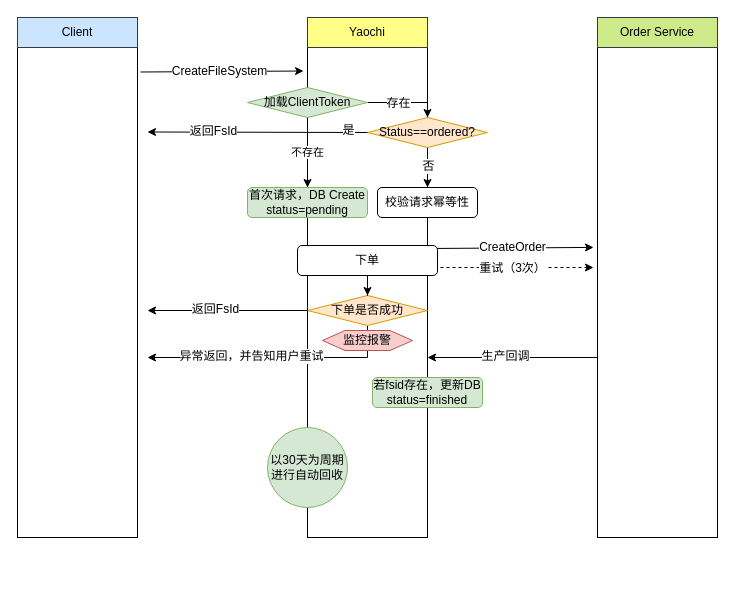
Before: 幂等性方案.drawio in guhanjie/draws, a draw.io diagram. Source tidied: cells renumbered, new cells numbered last; positions are measured from the earlier drawing's top-left corner, leaving out a move shared by most shapes. Both pictures are drawn from the tidied source at 100%, with x=0, y=0 at pixel (17, 17).
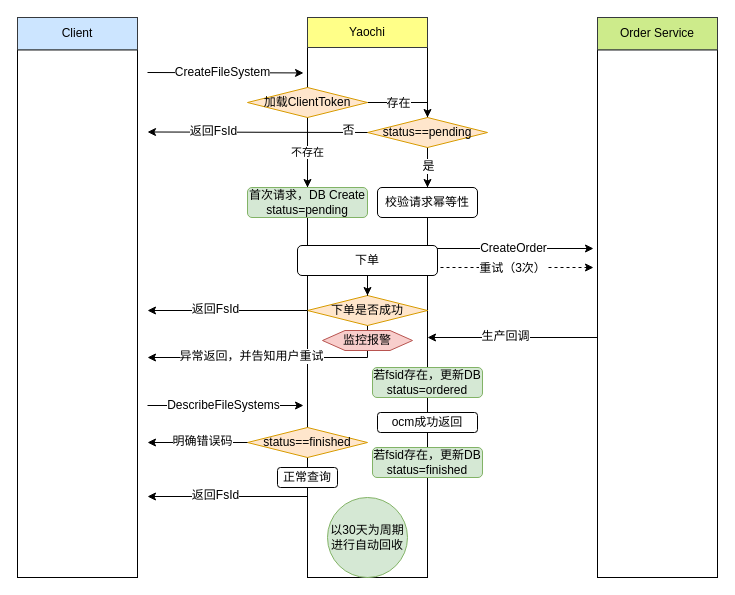
The same diagram, later.

Commit message:
更新幂等性方案.drawio

Unchanged cells that the change refers to:
```xml
<mxCell id="26" value="&lt;span style=&quot;text-align: left ; white-space: normal&quot;&gt;下单是否成功&lt;/span&gt;" style="rhombus;whiteSpace=wrap;html=1;fillColor=#ffe6cc;strokeColor=#d79b00;" parent="1" vertex="1">
  <mxGeometry x="290" y="278" width="120" height="30" as="geometry" />
</mxCell>
<mxCell id="29" value="&lt;span style=&quot;text-align: left&quot;&gt;校验请求幂等性&lt;br&gt;&lt;/span&gt;" style="rounded=1;whiteSpace=wrap;html=1;" parent="1" vertex="1">
  <mxGeometry x="360" y="170" width="100" height="30" as="geometry" />
</mxCell>
```

What changed in the source:
```diff
@@
-    <mxCell id="2" style="rounded=0;whiteSpace=wrap;html=1;" parent="1" vertex="1">
-      <mxGeometry x="290" y="30" width="120" height="490" as="geometry" />
-    </mxCell>
-    <mxCell id="3" style="endArrow=classic;html=1;entryX=-0.033;entryY=0.408;entryDx=0;entryDy=0;entryPerimeter=0;" parent="1" edge="1" target="34">
-      <mxGeometry relative="1" as="geometry">
-        <mxPoint x="411" y="231" as="sourcePoint" />
-      </mxGeometry>
-    </mxCell>
+    <mxCell id="40" style="rounded=0;whiteSpace=wrap;html=1;" parent="1" vertex="1">
+      <mxGeometry x="290" y="30" width="120" height="530" as="geometry" />
+    </mxCell>
+    <mxCell id="41" style="endArrow=classic;html=1;" parent="1" edge="1">
+      <mxGeometry relative="1" as="geometry">
+        <mxPoint x="411" y="231" as="sourcePoint" />
+        <mxPoint x="576" y="231" as="targetPoint" />
+      </mxGeometry>
+    </mxCell>
-    <mxCell id="4" value="CreateOrder" style="text;html=1;align=center;verticalAlign=middle;labelBackgroundColor=#ffffff;" parent="3" vertex="1">
+    <mxCell id="4" value="CreateOrder" style="text;html=1;align=center;verticalAlign=middle;labelBackgroundColor=#ffffff;" parent="41" vertex="1">
       <mxGeometry x="-0.15" y="1" relative="1" as="geometry">
         <mxPoint x="14" as="offset" />
       </mxGeometry>
     </mxCell>
-    <mxCell id="5" style="endArrow=classic;html=1;exitX=1.025;exitY=0.05;exitDx=0;exitDy=0;exitPerimeter=0;entryX=-0.033;entryY=0.048;entryDx=0;entryDy=0;entryPerimeter=0;" parent="1" edge="1" source="37" target="2">
-      <mxGeometry relative="1" as="geometry" />
-    </mxCell>
+    <mxCell id="42" style="endArrow=classic;html=1;entryX=-0.033;entryY=0.048;entryDx=0;entryDy=0;entryPerimeter=0;" parent="1" edge="1" target="40">
+      <mxGeometry relative="1" as="geometry">
+        <mxPoint x="130" y="55" as="sourcePoint" />
+      </mxGeometry>
+    </mxCell>
-    <mxCell id="6" value="CreateFileSystem" style="text;html=1;align=center;verticalAlign=middle;labelBackgroundColor=#ffffff;" parent="5" vertex="1">
+    <mxCell id="6" value="CreateFileSystem" style="text;html=1;align=center;verticalAlign=middle;labelBackgroundColor=#ffffff;" parent="42" vertex="1">
       <mxGeometry x="-0.22" y="-1" relative="1" as="geometry">
         <mxPoint x="14" y="-1.6" as="offset" />
       </mxGeometry>
     </mxCell>
-    <mxCell id="7" style="endArrow=classic;html=1;dashed=1;" parent="1" edge="1">
-      <mxGeometry relative="1" as="geometry">
-        <mxPoint x="411" y="250" as="sourcePoint" />
-        <mxPoint x="576" y="250" as="targetPoint" />
-      </mxGeometry>
-    </mxCell>
+    <mxCell id="43" style="endArrow=classic;html=1;dashed=1;" parent="1" edge="1">
+      <mxGeometry relative="1" as="geometry">
+        <mxPoint x="411" y="250" as="sourcePoint" />
+        <mxPoint x="576" y="250" as="targetPoint" />
+      </mxGeometry>
+    </mxCell>
-    <mxCell id="8" value="重试（3次）" style="text;html=1;align=center;verticalAlign=middle;labelBackgroundColor=#ffffff;" parent="7" vertex="1">
+    <mxCell id="8" value="重试（3次）" style="text;html=1;align=center;verticalAlign=middle;labelBackgroundColor=#ffffff;" parent="43" vertex="1">
       <mxGeometry x="-0.11" relative="1" as="geometry">
         <mxPoint x="10" as="offset" />
       </mxGeometry>
     </mxCell>
-    <mxCell id="9" style="endArrow=classic;html=1;" parent="1" edge="1">
-      <mxGeometry relative="1" as="geometry">
-        <mxPoint x="586" y="340" as="sourcePoint" />
-        <mxPoint x="410" y="340" as="targetPoint" />
-      </mxGeometry>
-    </mxCell>
+    <mxCell id="44" style="endArrow=classic;html=1;" parent="1" edge="1">
+      <mxGeometry relative="1" as="geometry">
+        <mxPoint x="586" y="320" as="sourcePoint" />
+        <mxPoint x="410" y="320" as="targetPoint" />
+      </mxGeometry>
+    </mxCell>
-    <mxCell id="10" value="生产回调" style="text;html=1;align=center;verticalAlign=middle;labelBackgroundColor=#ffffff;" parent="9" vertex="1">
+    <mxCell id="10" value="生产回调" style="text;html=1;align=center;verticalAlign=middle;labelBackgroundColor=#ffffff;" parent="44" vertex="1">
       <mxGeometry x="-0.48" y="-2" relative="1" as="geometry">
         <mxPoint x="-52.1" as="offset" />
       </mxGeometry>
     </mxCell>
@@
-    <mxCell id="12" value="&lt;span style=&quot;text-align: left&quot;&gt;若fsid存在，更新DB status=finished&lt;/span&gt;" style="rounded=1;whiteSpace=wrap;html=1;fillColor=#d5e8d4;strokeColor=#82b366;" parent="1" vertex="1">
-      <mxGeometry x="355" y="360" width="110" height="30" as="geometry" />
-    </mxCell>
-    <mxCell id="13" style="edgeStyle=orthogonalEdgeStyle;rounded=0;jettySize=auto;html=1;exitX=1;exitY=0.5;exitDx=0;exitDy=0;" parent="1" edge="1" source="16" target="19">
-      <mxGeometry relative="1" as="geometry">
-        <Array as="points">
-          <mxPoint x="410" y="85" />
-        </Array>
-      </mxGeometry>
-    </mxCell>
+    <mxCell id="45" value="&lt;span style=&quot;text-align: left&quot;&gt;若fsid存在，更新DB status=ordered&lt;/span&gt;" style="rounded=1;whiteSpace=wrap;html=1;fillColor=#d5e8d4;strokeColor=#82b366;" parent="1" vertex="1">
+      <mxGeometry x="355" y="350" width="110" height="30" as="geometry" />
+    </mxCell>
+    <mxCell id="46" style="edgeStyle=orthogonalEdgeStyle;rounded=0;jettySize=auto;html=1;exitX=1;exitY=0.5;exitDx=0;exitDy=0;" parent="1" edge="1" source="16" target="48">
+      <mxGeometry relative="1" as="geometry">
+        <Array as="points">
+          <mxPoint x="410" y="85" />
+        </Array>
+      </mxGeometry>
+    </mxCell>
-    <mxCell id="14" value="存在" style="text;html=1;align=center;verticalAlign=middle;labelBackgroundColor=#ffffff;" parent="13" vertex="1">
+    <mxCell id="14" value="存在" style="text;html=1;align=center;verticalAlign=middle;labelBackgroundColor=#ffffff;" parent="46" vertex="1">
       <mxGeometry x="-0.28" y="-2" relative="1" as="geometry">
         <mxPoint x="3" y="-2" as="offset" />
       </mxGeometry>
     </mxCell>
@@
-    <mxCell id="16" value="&lt;span style=&quot;text-align: left ; white-space: normal&quot;&gt;加载ClientToken&lt;/span&gt;" style="rhombus;whiteSpace=wrap;html=1;fillColor=#d5e8d4;strokeColor=#82b366;" parent="1" vertex="1">
+    <mxCell id="16" value="&lt;span style=&quot;text-align: left ; white-space: normal&quot;&gt;加载ClientToken&lt;/span&gt;" style="rhombus;whiteSpace=wrap;html=1;fillColor=#ffe6cc;strokeColor=#d79b00;" parent="1" vertex="1">
       <mxGeometry x="230" y="70" width="120" height="30" as="geometry" />
     </mxCell>
-    <mxCell id="17" style="edgeStyle=orthogonalEdgeStyle;rounded=0;jettySize=auto;html=1;exitX=0.5;exitY=1;exitDx=0;exitDy=0;entryX=0.5;entryY=0;entryDx=0;entryDy=0;" parent="1" edge="1" source="19" target="29">
-      <mxGeometry relative="1" as="geometry" />
-    </mxCell>
+    <mxCell id="47" style="edgeStyle=orthogonalEdgeStyle;rounded=0;jettySize=auto;html=1;exitX=0.5;exitY=1;exitDx=0;exitDy=0;entryX=0.5;entryY=0;entryDx=0;entryDy=0;" parent="1" edge="1" source="48" target="29">
+      <mxGeometry relative="1" as="geometry" />
+    </mxCell>
+    <mxCell id="22" value="是" style="text;html=1;align=center;verticalAlign=middle;labelBackgroundColor=#ffffff;" parent="47" vertex="1">
+      <mxGeometry x="-0.1" relative="1" as="geometry" />
+    </mxCell>
+    <mxCell id="48" value="&lt;span style=&quot;text-align: left ; white-space: normal&quot;&gt;status==pending&lt;/span&gt;" style="rhombus;whiteSpace=wrap;html=1;fillColor=#ffe6cc;strokeColor=#d79b00;" parent="1" vertex="1">
+      <mxGeometry x="350" y="100" width="120" height="30" as="geometry" />
+    </mxCell>
+    <mxCell id="49" style="endArrow=classic;html=1;exitX=0;exitY=0.5;exitDx=0;exitDy=0;" parent="1" edge="1" source="48">
+      <mxGeometry relative="1" as="geometry">
+        <mxPoint x="130" y="114.5" as="targetPoint" />
+      </mxGeometry>
+    </mxCell>
+    <mxCell id="50" value="返回FsId" style="text;html=1;align=center;verticalAlign=middle;labelBackgroundColor=#ffffff;" parent="49" vertex="1">
+      <mxGeometry x="-0.22" y="-1" relative="1" as="geometry">
+        <mxPoint x="-69" y="-0.8" as="offset" />
+      </mxGeometry>
+    </mxCell>
-    <mxCell id="18" value="否" style="text;html=1;align=center;verticalAlign=middle;labelBackgroundColor=#ffffff;" parent="17" vertex="1">
-      <mxGeometry x="-0.1" relative="1" as="geometry" />
+    <mxCell id="18" value="否" style="text;html=1;align=center;verticalAlign=middle;labelBackgroundColor=#ffffff;" parent="49" vertex="1">
+      <mxGeometry x="-0.67" y="-2" relative="1" as="geometry">
+        <mxPoint x="16" as="offset" />
+      </mxGeometry>
     </mxCell>
-    <mxCell id="19" value="&lt;span style=&quot;text-align: left ; white-space: normal&quot;&gt;Status==ordered?&lt;/span&gt;" style="rhombus;whiteSpace=wrap;html=1;fillColor=#ffe6cc;strokeColor=#d79b00;" parent="1" vertex="1">
-      <mxGeometry x="350" y="100" width="120" height="30" as="geometry" />
-    </mxCell>
-    <mxCell id="20" style="endArrow=classic;html=1;exitX=0;exitY=0.5;exitDx=0;exitDy=0;" parent="1" edge="1" source="19">
-      <mxGeometry relative="1" as="geometry">
-        <mxPoint x="130" y="114.5" as="targetPoint" />
-      </mxGeometry>
-    </mxCell>
-    <mxCell id="21" value="返回FsId" style="text;html=1;align=center;verticalAlign=middle;labelBackgroundColor=#ffffff;" parent="20" vertex="1">
-      <mxGeometry x="-0.22" y="-1" relative="1" as="geometry">
-        <mxPoint x="-69" y="-0.8" as="offset" />
-      </mxGeometry>
-    </mxCell>
-    <mxCell id="22" value="是" style="text;html=1;align=center;verticalAlign=middle;labelBackgroundColor=#ffffff;" parent="20" vertex="1">
-      <mxGeometry x="-0.67" y="-2" relative="1" as="geometry">
-        <mxPoint x="16" as="offset" />
-      </mxGeometry>
-    </mxCell>
     <mxCell id="23" value="以30天为周期进行自动回收" style="ellipse;whiteSpace=wrap;html=1;fillColor=#d5e8d4;strokeColor=#82b366;" parent="1" vertex="1">
-      <mxGeometry x="250" y="410" width="80" height="80" as="geometry" />
+      <mxGeometry x="310" y="480" width="80" height="80" as="geometry" />
     </mxCell>
-    <mxCell id="24" style="edgeStyle=orthogonalEdgeStyle;rounded=0;jettySize=auto;html=1;exitX=0.5;exitY=1;exitDx=0;exitDy=0;" parent="1" edge="1" source="26">
-      <mxGeometry relative="1" as="geometry">
-        <mxPoint x="130" y="340" as="targetPoint" />
-        <Array as="points">
-          <mxPoint x="350" y="340" />
-          <mxPoint x="130" y="340" />
-        </Array>
-      </mxGeometry>
-    </mxCell>
+    <mxCell id="51" style="edgeStyle=orthogonalEdgeStyle;rounded=0;jettySize=auto;html=1;exitX=0.5;exitY=1;exitDx=0;exitDy=0;" parent="1" edge="1" source="26">
+      <mxGeometry relative="1" as="geometry">
+        <mxPoint x="130" y="340" as="targetPoint" />
+        <Array as="points">
+          <mxPoint x="350" y="340" />
+          <mxPoint x="130" y="340" />
+        </Array>
+      </mxGeometry>
+    </mxCell>
-    <mxCell id="25" value="异常返回，并告知用户重试" style="text;html=1;align=center;verticalAlign=middle;labelBackgroundColor=#ffffff;" parent="24" vertex="1">
+    <mxCell id="25" value="异常返回，并告知用户重试" style="text;html=1;align=center;verticalAlign=middle;labelBackgroundColor=#ffffff;" parent="51" vertex="1">
       <mxGeometry x="0.59" y="-2" relative="1" as="geometry">
         <mxPoint x="51" as="offset" />
       </mxGeometry>
     </mxCell>
@@
-    <mxCell id="27" style="endArrow=classic;html=1;exitX=0;exitY=0.5;exitDx=0;exitDy=0;" parent="1" edge="1" source="26">
-      <mxGeometry relative="1" as="geometry">
-        <mxPoint x="130" y="293" as="targetPoint" />
-      </mxGeometry>
-    </mxCell>
-    <mxCell id="28" value="返回FsId" style="text;html=1;align=center;verticalAlign=middle;labelBackgroundColor=#ffffff;" parent="27" vertex="1">
-      <mxGeometry x="0.41" y="-1" relative="1" as="geometry">
-        <mxPoint x="20" y="-1" as="offset" />
-      </mxGeometry>
-    </mxCell>
+    <mxCell id="52" style="endArrow=classic;html=1;exitX=0;exitY=0.5;exitDx=0;exitDy=0;" parent="1" edge="1" source="26">
+      <mxGeometry relative="1" as="geometry">
+        <mxPoint x="130" y="293" as="targetPoint" />
+      </mxGeometry>
+    </mxCell>
+    <mxCell id="53" value="返回FsId" style="text;html=1;align=center;verticalAlign=middle;labelBackgroundColor=#ffffff;" parent="52" vertex="1">
+      <mxGeometry x="0.41" y="-1" relative="1" as="geometry">
+        <mxPoint x="20" y="-1" as="offset" />
+      </mxGeometry>
+    </mxCell>
@@
-    <mxCell id="33" style="group;" parent="1" vertex="1">
-      <mxGeometry x="580" width="120" height="520" as="geometry" />
-    </mxCell>
-    <mxCell id="34" style="rounded=0;whiteSpace=wrap;html=1;" parent="33" vertex="1">
-      <mxGeometry y="30" width="120" height="490" as="geometry" />
-    </mxCell>
+    <mxCell id="54" style="group;" parent="1" vertex="1">
+      <mxGeometry x="580" width="120" height="560" as="geometry" />
+    </mxCell>
+    <mxCell id="55" style="rounded=0;whiteSpace=wrap;html=1;" parent="54" vertex="1">
+      <mxGeometry y="32.3" width="120" height="527.7" as="geometry" />
+    </mxCell>
-    <mxCell id="35" value="&lt;span style=&quot;text-align: left ; white-space: nowrap&quot;&gt;Order Service&lt;/span&gt;" style="rounded=0;whiteSpace=wrap;html=1;fillColor=#cdeb8b;strokeColor=#36393d;" parent="33" vertex="1">
-      <mxGeometry width="120" height="30" as="geometry" />
+    <mxCell id="35" value="&lt;span style=&quot;text-align: left ; white-space: nowrap&quot;&gt;Order Service&lt;/span&gt;" style="rounded=0;whiteSpace=wrap;html=1;fillColor=#cdeb8b;strokeColor=#36393d;" parent="54" vertex="1">
+      <mxGeometry width="120" height="32.3" as="geometry" />
     </mxCell>
-    <mxCell id="36" style="group;" parent="1" vertex="1">
-      <mxGeometry width="120" height="520" as="geometry" />
-    </mxCell>
-    <mxCell id="37" style="rounded=0;whiteSpace=wrap;html=1;" parent="36" vertex="1">
-      <mxGeometry y="30" width="120" height="490" as="geometry" />
-    </mxCell>
+    <mxCell id="56" style="group;" parent="1" vertex="1">
+      <mxGeometry width="120" height="560" as="geometry" />
+    </mxCell>
+    <mxCell id="57" style="rounded=0;whiteSpace=wrap;html=1;" parent="56" vertex="1">
+      <mxGeometry y="32.3" width="120" height="527.7" as="geometry" />
+    </mxCell>
-    <mxCell id="38" value="&lt;span style=&quot;white-space: normal&quot;&gt;Client&lt;/span&gt;" style="rounded=0;whiteSpace=wrap;html=1;fillColor=#cce5ff;strokeColor=#36393d;" parent="36" vertex="1">
-      <mxGeometry width="120" height="30" as="geometry" />
+    <mxCell id="38" value="&lt;span style=&quot;white-space: normal&quot;&gt;Client&lt;/span&gt;" style="rounded=0;whiteSpace=wrap;html=1;fillColor=#cce5ff;strokeColor=#36393d;" parent="56" vertex="1">
+      <mxGeometry width="120" height="32.3" as="geometry" />
     </mxCell>
@@
+    <mxCell id="12" value="&lt;span style=&quot;text-align: left&quot;&gt;若fsid存在，更新DB status=finished&lt;/span&gt;" style="rounded=1;whiteSpace=wrap;html=1;fillColor=#d5e8d4;strokeColor=#82b366;" parent="1" vertex="1">
+      <mxGeometry x="355" y="430" width="110" height="30" as="geometry" />
+    </mxCell>
+    <mxCell id="58" value="&lt;span style=&quot;text-align: left&quot;&gt;ocm成功返回&lt;br&gt;&lt;/span&gt;" style="rounded=1;whiteSpace=wrap;html=1;" parent="1" vertex="1">
+      <mxGeometry x="360" y="395" width="100" height="20" as="geometry" />
+    </mxCell>
+    <mxCell id="59" style="endArrow=classic;html=1;exitX=1.025;exitY=0.05;exitDx=0;exitDy=0;exitPerimeter=0;entryX=-0.033;entryY=0.048;entryDx=0;entryDy=0;entryPerimeter=0;" parent="1" edge="1">
+      <mxGeometry relative="1" as="geometry">
+        <mxPoint x="130" y="388" as="sourcePoint" />
+        <mxPoint x="286" y="388" as="targetPoint" />
+      </mxGeometry>
+    </mxCell>
+    <mxCell id="60" value="DescribeFileSystems" style="text;html=1;align=center;verticalAlign=middle;labelBackgroundColor=#ffffff;" parent="59" vertex="1">
+      <mxGeometry x="-0.22" y="-1" relative="1" as="geometry">
+        <mxPoint x="14" y="-1.6" as="offset" />
+      </mxGeometry>
+    </mxCell>
+    <mxCell id="61" value="&lt;span style=&quot;text-align: left ; white-space: normal&quot;&gt;status==finished&lt;/span&gt;" style="rhombus;whiteSpace=wrap;html=1;fillColor=#ffe6cc;strokeColor=#d79b00;" parent="1" vertex="1">
+      <mxGeometry x="230" y="410" width="120" height="30" as="geometry" />
+    </mxCell>
+    <mxCell id="62" style="endArrow=classic;html=1;exitX=0;exitY=0.5;exitDx=0;exitDy=0;" parent="1" edge="1" source="61">
+      <mxGeometry relative="1" as="geometry">
+        <mxPoint x="130" y="425" as="targetPoint" />
+      </mxGeometry>
+    </mxCell>
+    <mxCell id="63" value="明确错误码" style="text;html=1;align=center;verticalAlign=middle;labelBackgroundColor=#ffffff;" parent="62" vertex="1">
+      <mxGeometry x="0.28" y="-1" relative="1" as="geometry">
+        <mxPoint x="18" y="-1" as="offset" />
+      </mxGeometry>
+    </mxCell>
+    <mxCell id="64" value="&lt;span style=&quot;text-align: left&quot;&gt;正常查询&lt;br&gt;&lt;/span&gt;" style="rounded=1;whiteSpace=wrap;html=1;" parent="1" vertex="1">
+      <mxGeometry x="260" y="450" width="60" height="20" as="geometry" />
+    </mxCell>
+    <mxCell id="65" style="endArrow=classic;html=1;exitX=0;exitY=0.5;exitDx=0;exitDy=0;" parent="1" edge="1">
+      <mxGeometry relative="1" as="geometry">
+        <mxPoint x="290" y="479" as="sourcePoint" />
+        <mxPoint x="130" y="479" as="targetPoint" />
+      </mxGeometry>
+    </mxCell>
+    <mxCell id="66" value="返回FsId" style="text;html=1;align=center;verticalAlign=middle;labelBackgroundColor=#ffffff;" parent="65" vertex="1">
+      <mxGeometry x="0.41" y="-1" relative="1" as="geometry">
+        <mxPoint x="20" y="-1" as="offset" />
+      </mxGeometry>
+    </mxCell>
```
